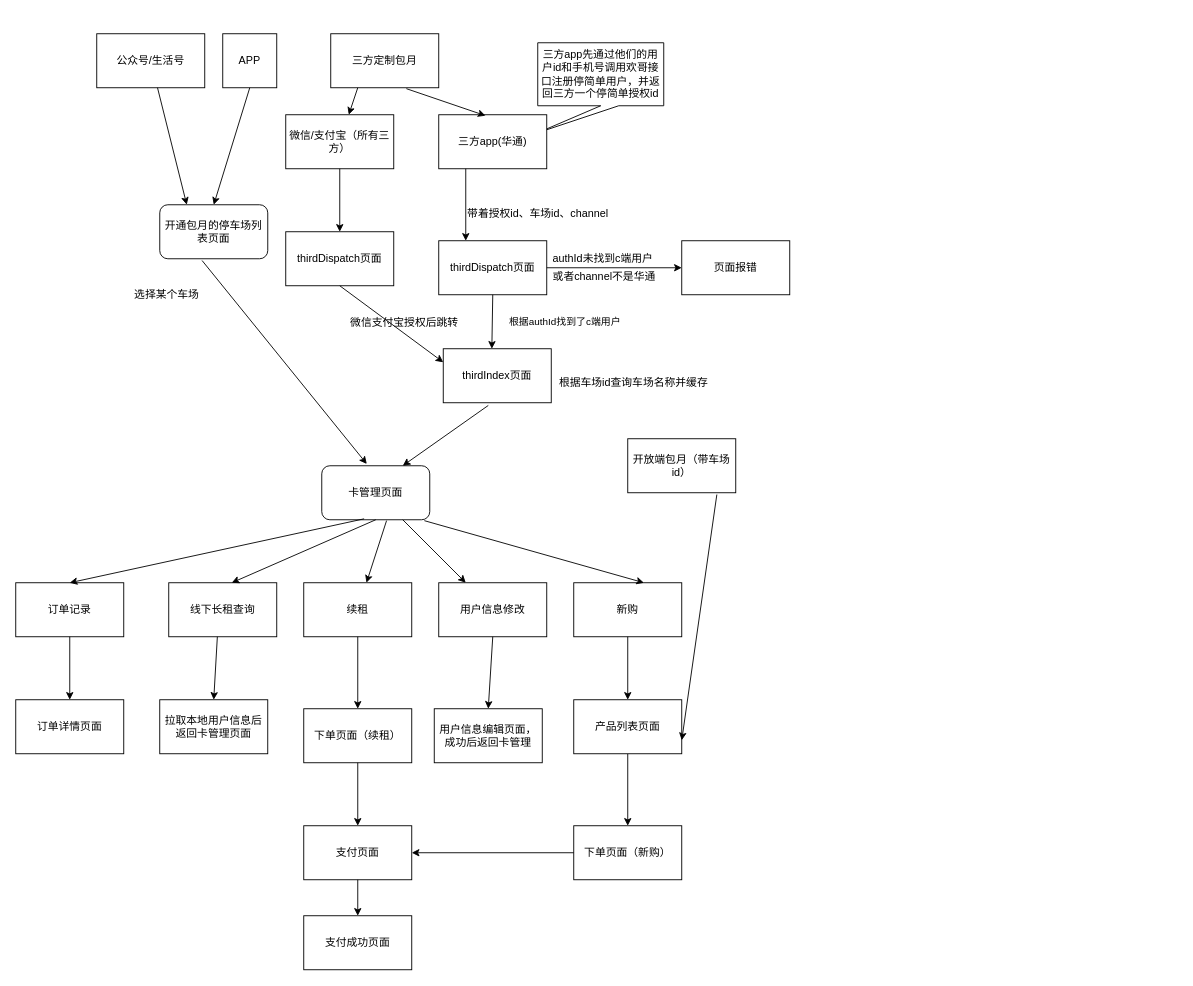
licumt217/li keeps this draw.io diagram as Untitled Diagram.drawio. Above is the earlier version. Source tidied: cells renumbered, new cells numbered last; positions are measured from the earlier drawing's top-left corner, leaving out a move shared by most shapes. Both pictures are drawn from the tidied source at 90%, with x=0, y=0 at pixel (15, 33).
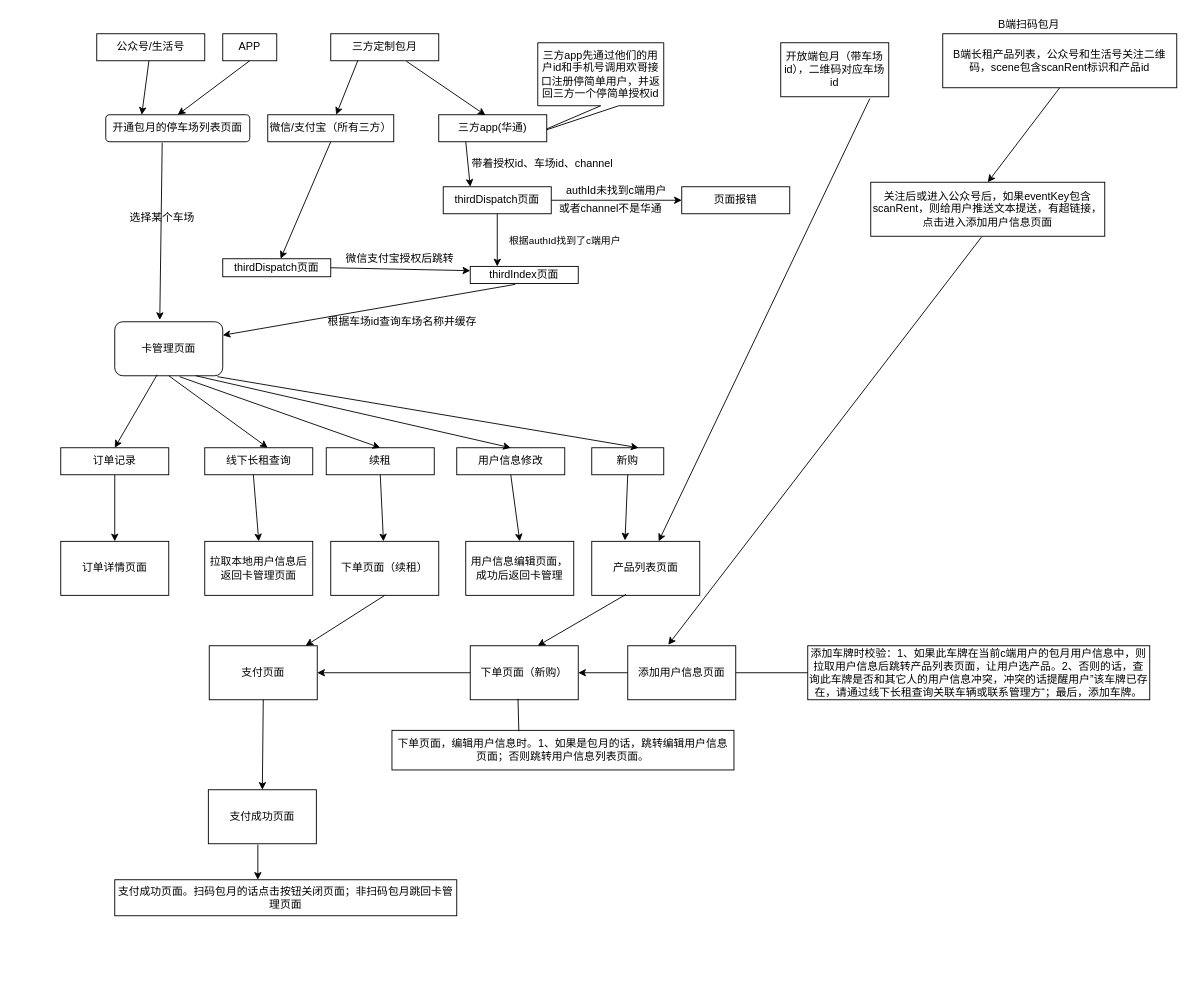
The same diagram, later.

Commit message:
包月c端流程图

What changed in the source:
```diff
@@
     <mxCell id="2" value="公众号/生活号" style="rounded=0;whiteSpace=wrap;html=1;" parent="1" vertex="1">
-      <mxGeometry x="90" width="120" height="60" as="geometry" />
+      <mxGeometry x="90" width="120" height="30" as="geometry" />
     </mxCell>
     <mxCell id="3" value="APP" style="rounded=0;whiteSpace=wrap;html=1;" parent="1" vertex="1">
-      <mxGeometry x="230" width="60" height="60" as="geometry" />
+      <mxGeometry x="230" width="60" height="30" as="geometry" />
     </mxCell>
     <mxCell id="4" value="三方定制包月" style="rounded=0;whiteSpace=wrap;html=1;" parent="1" vertex="1">
-      <mxGeometry x="350" width="120" height="60" as="geometry" />
+      <mxGeometry x="350" width="120" height="30" as="geometry" />
     </mxCell>
     <mxCell id="5" value="开通包月的停车场列表页面" style="rounded=1;whiteSpace=wrap;html=1;" parent="1" vertex="1">
-      <mxGeometry x="160" y="190" width="120" height="60" as="geometry" />
+      <mxGeometry x="100" y="90" width="160" height="30" as="geometry" />
     </mxCell>
@@
-    <mxCell id="8" style="endArrow=classic;html=1;entryX=0.392;entryY=0.017;entryDx=0;entryDy=0;entryPerimeter=0;" parent="1" edge="1" target="13">
-      <mxGeometry relative="1" as="geometry">
-        <mxPoint x="477" y="250" as="sourcePoint" />
-      </mxGeometry>
-    </mxCell>
     <mxCell id="9" value="卡管理页面" style="rounded=1;whiteSpace=wrap;html=1;" parent="1" vertex="1">
-      <mxGeometry x="340" y="480" width="120" height="60" as="geometry" />
+      <mxGeometry x="110" y="320" width="120" height="60" as="geometry" />
     </mxCell>
@@
     <mxCell id="11" value="选择某个车场" style="text;html=1;align=left;verticalAlign=top;spacingTop=-4;" parent="1" vertex="1">
-      <mxGeometry x="130" y="280" width="90" height="20" as="geometry" />
+      <mxGeometry x="125" y="195" width="90" height="20" as="geometry" />
     </mxCell>
@@
     <mxCell id="13" value="thirdDispatch页面" style="rounded=0;whiteSpace=wrap;html=1;" parent="1" vertex="1">
-      <mxGeometry x="470" y="230" width="120" height="60" as="geometry" />
+      <mxGeometry x="475" y="170" width="120" height="30" as="geometry" />
     </mxCell>
     <mxCell id="14" value="带着授权id、车场id、channel" style="text;html=1;align=left;verticalAlign=top;spacingTop=-4;" parent="1" vertex="1">
-      <mxGeometry x="500" y="190" width="170" height="20" as="geometry" />
+      <mxGeometry x="505" y="135" width="170" height="20" as="geometry" />
     </mxCell>
     <mxCell id="15" value="thirdIndex页面" style="rounded=0;whiteSpace=wrap;html=1;" parent="1" vertex="1">
-      <mxGeometry x="475" y="350" width="120" height="60" as="geometry" />
+      <mxGeometry x="505" y="258.5" width="120" height="19" as="geometry" />
     </mxCell>
     <mxCell id="16" value="页面报错" style="rounded=0;whiteSpace=wrap;html=1;" parent="1" vertex="1">
-      <mxGeometry x="740" y="230" width="120" height="60" as="geometry" />
+      <mxGeometry x="740" y="170" width="120" height="30" as="geometry" />
     </mxCell>
@@
     <mxCell id="18" value="authId未找到c端用户" style="text;html=1;align=left;verticalAlign=top;spacingTop=-4;" parent="1" vertex="1">
-      <mxGeometry x="595" y="240" width="130" height="20" as="geometry" />
+      <mxGeometry x="610" y="165" width="130" height="20" as="geometry" />
     </mxCell>
-    <mxCell id="19" value="根据authId找到了c端用户" style="endArrow=classic;html=1;exitX=0.5;exitY=1;exitDx=0;exitDy=0;entryX=0.45;entryY=0;entryDx=0;entryDy=0;entryPerimeter=0;" parent="1" edge="1" source="13" target="15">
-      <mxGeometry x="-0.04" y="80" relative="1" as="geometry" />
+    <mxCell id="19" value="根据authId找到了c端用户" style="endArrow=classic;html=1;exitX=0.5;exitY=1;exitDx=0;exitDy=0;entryX=0.25;entryY=0;entryDx=0;entryDy=0;" parent="1" edge="1" source="13" target="15">
+      <mxGeometry x="0.02" y="75" relative="1" as="geometry" />
     </mxCell>
     <mxCell id="20" value="微信/支付宝（所有三方）" style="rounded=0;whiteSpace=wrap;html=1;" parent="1" vertex="1">
-      <mxGeometry x="300" y="90" width="120" height="60" as="geometry" />
+      <mxGeometry x="280" y="90" width="140" height="30" as="geometry" />
     </mxCell>
     <mxCell id="21" value="三方app(华通)" style="rounded=0;whiteSpace=wrap;html=1;" parent="1" vertex="1">
-      <mxGeometry x="470" y="90" width="120" height="60" as="geometry" />
+      <mxGeometry x="470" y="90" width="120" height="30" as="geometry" />
     </mxCell>
@@
     <mxCell id="25" value="或者channel不是华通" style="text;html=1;align=left;verticalAlign=top;spacingTop=-4;" parent="1" vertex="1">
-      <mxGeometry x="595" y="260" width="130" height="20" as="geometry" />
+      <mxGeometry x="602" y="185" width="130" height="20" as="geometry" />
     </mxCell>
     <mxCell id="26" value="根据车场id查询车场名称并缓存" style="text;html=1;align=left;verticalAlign=top;spacingTop=-4;" parent="1" vertex="1">
-      <mxGeometry x="602" y="378" width="180" height="20" as="geometry" />
+      <mxGeometry x="345" y="310" width="180" height="20" as="geometry" />
     </mxCell>
-    <mxCell id="27" style="endArrow=classic;html=1;entryX=0.75;entryY=0;entryDx=0;entryDy=0;exitX=0.417;exitY=1.05;exitDx=0;exitDy=0;exitPerimeter=0;" parent="1" edge="1" source="15" target="9">
+    <mxCell id="27" style="endArrow=classic;html=1;entryX=1;entryY=0.25;entryDx=0;entryDy=0;exitX=0.417;exitY=1.05;exitDx=0;exitDy=0;exitPerimeter=0;" parent="1" edge="1" source="15" target="9">
       <mxGeometry relative="1" as="geometry" />
     </mxCell>
     <mxCell id="28" value="&lt;span&gt;thirdDispatch页面&lt;/span&gt;" style="rounded=0;whiteSpace=wrap;html=1;" parent="1" vertex="1">
-      <mxGeometry x="300" y="220" width="120" height="60" as="geometry" />
+      <mxGeometry x="230" y="250" width="120" height="20" as="geometry" />
     </mxCell>
@@
-    <mxCell id="30" style="endArrow=classic;html=1;exitX=0.5;exitY=1;exitDx=0;exitDy=0;entryX=0;entryY=0.25;entryDx=0;entryDy=0;" parent="1" edge="1" source="28" target="15">
+    <mxCell id="30" style="endArrow=classic;html=1;exitX=1;exitY=0.5;exitDx=0;exitDy=0;entryX=0;entryY=0.25;entryDx=0;entryDy=0;" parent="1" edge="1" source="28" target="15">
       <mxGeometry relative="1" as="geometry" />
     </mxCell>
     <mxCell id="31" value="微信支付宝授权后跳转" style="text;html=1;align=left;verticalAlign=top;spacingTop=-4;" parent="1" vertex="1">
-      <mxGeometry x="370" y="311" width="140" height="20" as="geometry" />
+      <mxGeometry x="365" y="240" width="140" height="20" as="geometry" />
     </mxCell>
     <mxCell id="32" value="订单记录" style="rounded=0;whiteSpace=wrap;html=1;" parent="1" vertex="1">
-      <mxGeometry y="610" width="120" height="60" as="geometry" />
+      <mxGeometry x="50" y="460" width="120" height="30" as="geometry" />
     </mxCell>
     <mxCell id="33" value="线下长租查询" style="rounded=0;whiteSpace=wrap;html=1;" parent="1" vertex="1">
-      <mxGeometry x="170" y="610" width="120" height="60" as="geometry" />
+      <mxGeometry x="210" y="460" width="120" height="30" as="geometry" />
     </mxCell>
     <mxCell id="34" value="续租" style="rounded=0;whiteSpace=wrap;html=1;" parent="1" vertex="1">
-      <mxGeometry x="320" y="610" width="120" height="60" as="geometry" />
+      <mxGeometry x="345" y="460" width="120" height="30" as="geometry" />
     </mxCell>
     <mxCell id="35" value="用户信息修改" style="rounded=0;whiteSpace=wrap;html=1;" parent="1" vertex="1">
-      <mxGeometry x="470" y="610" width="120" height="60" as="geometry" />
+      <mxGeometry x="490" y="460" width="120" height="30" as="geometry" />
     </mxCell>
     <mxCell id="36" value="新购" style="rounded=0;whiteSpace=wrap;html=1;" parent="1" vertex="1">
-      <mxGeometry x="620" y="610" width="120" height="60" as="geometry" />
+      <mxGeometry x="640" y="460" width="80" height="30" as="geometry" />
     </mxCell>
@@
-    <mxCell id="38" style="endArrow=classic;html=1;exitX=0.5;exitY=1;exitDx=0;exitDy=0;" parent="1" edge="1" source="9">
-      <mxGeometry relative="1" as="geometry">
-        <mxPoint x="240" y="610" as="targetPoint" />
-      </mxGeometry>
+    <mxCell id="38" style="endArrow=classic;html=1;exitX=0.5;exitY=1;exitDx=0;exitDy=0;entryX=0.583;entryY=0;entryDx=0;entryDy=0;entryPerimeter=0;" parent="1" edge="1" source="9" target="33">
+      <mxGeometry relative="1" as="geometry" />
     </mxCell>
-    <mxCell id="39" style="endArrow=classic;html=1;exitX=0.6;exitY=1.017;exitDx=0;exitDy=0;exitPerimeter=0;" parent="1" edge="1" source="9" target="34">
+    <mxCell id="39" style="endArrow=classic;html=1;exitX=0.6;exitY=1.017;exitDx=0;exitDy=0;exitPerimeter=0;entryX=0.5;entryY=0;entryDx=0;entryDy=0;" parent="1" edge="1" source="9" target="34">
       <mxGeometry relative="1" as="geometry" />
     </mxCell>
-    <mxCell id="40" style="endArrow=classic;html=1;exitX=0.75;exitY=1;exitDx=0;exitDy=0;" parent="1" edge="1" source="9" target="35">
+    <mxCell id="40" style="endArrow=classic;html=1;exitX=0.75;exitY=1;exitDx=0;exitDy=0;entryX=0.5;entryY=0;entryDx=0;entryDy=0;" parent="1" edge="1" source="9" target="35">
       <mxGeometry relative="1" as="geometry" />
     </mxCell>
@@
     <mxCell id="42" value="订单详情页面" style="rounded=0;whiteSpace=wrap;html=1;" parent="1" vertex="1">
-      <mxGeometry y="740" width="120" height="60" as="geometry" />
+      <mxGeometry x="50" y="564" width="120" height="60" as="geometry" />
     </mxCell>
     <mxCell id="43" value="拉取本地用户信息后返回卡管理页面" style="rounded=0;whiteSpace=wrap;html=1;" parent="1" vertex="1">
-      <mxGeometry x="160" y="740" width="120" height="60" as="geometry" />
+      <mxGeometry x="210" y="564" width="120" height="60" as="geometry" />
     </mxCell>
-    <mxCell id="44" style="edgeStyle=orthogonalEdgeStyle;rounded=0;jettySize=auto;html=1;" parent="1" edge="1" source="45" target="46">
-      <mxGeometry relative="1" as="geometry" />
-    </mxCell>
     <mxCell id="45" value="产品列表页面" style="rounded=0;whiteSpace=wrap;html=1;" parent="1" vertex="1">
-      <mxGeometry x="620" y="740" width="120" height="60" as="geometry" />
+      <mxGeometry x="640" y="564" width="120" height="60" as="geometry" />
     </mxCell>
     <mxCell id="46" value="下单页面（新购）" style="rounded=0;whiteSpace=wrap;html=1;" parent="1" vertex="1">
-      <mxGeometry x="620" y="880" width="120" height="60" as="geometry" />
+      <mxGeometry x="505" y="680" width="120" height="60" as="geometry" />
     </mxCell>
     <mxCell id="47" value="支付页面" style="rounded=0;whiteSpace=wrap;html=1;" parent="1" vertex="1">
-      <mxGeometry x="320" y="880" width="120" height="60" as="geometry" />
+      <mxGeometry x="215" y="680" width="120" height="60" as="geometry" />
     </mxCell>
     <mxCell id="48" value="下单页面（续租）" style="rounded=0;whiteSpace=wrap;html=1;" parent="1" vertex="1">
-      <mxGeometry x="320" y="750" width="120" height="60" as="geometry" />
+      <mxGeometry x="350" y="564" width="120" height="60" as="geometry" />
     </mxCell>
     <mxCell id="49" value="用户信息编辑页面，成功后返回卡管理" style="rounded=0;whiteSpace=wrap;html=1;" parent="1" vertex="1">
-      <mxGeometry x="465" y="750" width="120" height="60" as="geometry" />
+      <mxGeometry x="500" y="564" width="120" height="60" as="geometry" />
     </mxCell>
@@
     <mxCell id="52" value="支付成功页面" style="rounded=0;whiteSpace=wrap;html=1;" parent="1" vertex="1">
-      <mxGeometry x="320" y="980" width="120" height="60" as="geometry" />
+      <mxGeometry x="214" y="840" width="120" height="60" as="geometry" />
     </mxCell>
-    <mxCell id="53" style="endArrow=classic;html=1;exitX=0.5;exitY=1;exitDx=0;exitDy=0;" parent="1" edge="1" source="32">
-      <mxGeometry relative="1" as="geometry">
-        <mxPoint x="60" y="740" as="targetPoint" />
-      </mxGeometry>
+    <mxCell id="53" style="endArrow=classic;html=1;exitX=0.5;exitY=1;exitDx=0;exitDy=0;" parent="1" edge="1" source="32" target="42">
+      <mxGeometry relative="1" as="geometry" />
     </mxCell>
@@
-    <mxCell id="57" style="endArrow=classic;html=1;exitX=0.5;exitY=1;exitDx=0;exitDy=0;" parent="1" edge="1" source="36" target="45">
+    <mxCell id="57" style="endArrow=classic;html=1;exitX=0.5;exitY=1;exitDx=0;exitDy=0;entryX=0.308;entryY=-0.017;entryDx=0;entryDy=0;entryPerimeter=0;" parent="1" edge="1" source="36" target="45">
       <mxGeometry relative="1" as="geometry" />
     </mxCell>
@@
-    <mxCell id="59" value="开放端包月（带车场id）" style="rounded=0;whiteSpace=wrap;html=1;" parent="1" vertex="1">
-      <mxGeometry x="680" y="450" width="120" height="60" as="geometry" />
+    <mxCell id="59" value="开放端包月（带车场id），二维码对应车场id" style="rounded=0;whiteSpace=wrap;html=1;" parent="1" vertex="1">
+      <mxGeometry x="850" y="10" width="120" height="60" as="geometry" />
     </mxCell>
-    <mxCell id="60" style="endArrow=classic;html=1;exitX=0.825;exitY=1.033;exitDx=0;exitDy=0;exitPerimeter=0;entryX=1;entryY=0.75;entryDx=0;entryDy=0;" parent="1" edge="1" source="59" target="45">
+    <mxCell id="60" style="endArrow=classic;html=1;exitX=0.825;exitY=1.033;exitDx=0;exitDy=0;exitPerimeter=0;" parent="1" edge="1" source="59" target="45">
       <mxGeometry relative="1" as="geometry" />
     </mxCell>
+    <mxCell id="61" value="&lt;span&gt;B端长租产品列表，公众号和生活号关注二维码，scene包含scanRent标识和产品id&lt;/span&gt;" style="rounded=0;whiteSpace=wrap;html=1;" parent="1" vertex="1">
+      <mxGeometry x="1030" width="260" height="60" as="geometry" />
+    </mxCell>
+    <mxCell id="62" value="B端扫码包月" style="text;html=1;align=left;verticalAlign=top;spacingTop=-4;" parent="1" vertex="1">
+      <mxGeometry x="1090" y="-20" width="80" height="20" as="geometry" />
+    </mxCell>
+    <mxCell id="63" value="&lt;span&gt;关注后或进入公众号后，如果eventKey包含scanRent，则给用户推送文本提送，有超链接，点击进入添加用户信息页面&lt;/span&gt;" style="rounded=0;whiteSpace=wrap;html=1;" parent="1" vertex="1">
+      <mxGeometry x="950" y="165" width="260" height="60" as="geometry" />
+    </mxCell>
+    <mxCell id="64" value="&lt;span&gt;添加车牌时校验：1、如果此车牌在当前c端用户的包月用户信息中，则拉取用户信息后跳转产品列表页面，让用户选产品。2、否则的话，查询此车牌是否和其它人的用户信息冲突，冲突的话提醒用户”&lt;/span&gt;&lt;span&gt;该车牌已存在，请通过线下长租查询关联车辆或联系管理方&lt;/span&gt;&lt;span&gt;“；最后，添加车牌。&lt;/span&gt;" style="rounded=0;whiteSpace=wrap;html=1;" parent="1" vertex="1">
+      <mxGeometry x="880" y="680" width="380" height="60" as="geometry" />
+    </mxCell>
+    <mxCell id="65" value="&lt;span&gt;下单页面，编辑用户信息时。1、如果是包月的话，跳转编辑用户信息页面；否则跳转用户信息列表页面。&lt;/span&gt;" style="rounded=0;whiteSpace=wrap;html=1;" parent="1" vertex="1">
+      <mxGeometry x="418" y="774" width="380" height="44" as="geometry" />
+    </mxCell>
+    <mxCell id="66" value="&lt;span&gt;支付成功页面。扫码包月的话点击按钮关闭页面；非扫码包月跳回卡管理页面&lt;/span&gt;" style="rounded=0;whiteSpace=wrap;html=1;" parent="1" vertex="1">
+      <mxGeometry x="110" y="940" width="380" height="40" as="geometry" />
+    </mxCell>
+    <mxCell id="67" style="endArrow=classic;html=1;exitX=0.473;exitY=1.017;exitDx=0;exitDy=0;exitPerimeter=0;entryX=0.375;entryY=-0.017;entryDx=0;entryDy=0;entryPerimeter=0;" parent="1" edge="1" source="63" target="69">
+      <mxGeometry relative="1" as="geometry" />
+    </mxCell>
+    <mxCell id="68" style="endArrow=classic;html=1;entryX=0.5;entryY=0;entryDx=0;entryDy=0;exitX=0.5;exitY=1;exitDx=0;exitDy=0;" parent="1" edge="1" source="61" target="63">
+      <mxGeometry relative="1" as="geometry" />
+    </mxCell>
+    <mxCell id="69" value="添加用户信息页面" style="rounded=0;whiteSpace=wrap;html=1;" parent="1" vertex="1">
+      <mxGeometry x="680" y="680" width="120" height="60" as="geometry" />
+    </mxCell>
+    <mxCell id="70" style="endArrow=none;html=1;exitX=1;exitY=0.5;exitDx=0;exitDy=0;entryX=0;entryY=0.5;entryDx=0;entryDy=0;" parent="1" edge="1" source="69" target="64">
+      <mxGeometry relative="1" as="geometry" />
+    </mxCell>
+    <mxCell id="71" style="endArrow=classic;html=1;exitX=0;exitY=0.5;exitDx=0;exitDy=0;entryX=1;entryY=0.5;entryDx=0;entryDy=0;" parent="1" edge="1" source="69" target="46">
+      <mxGeometry relative="1" as="geometry" />
+    </mxCell>
+    <mxCell id="72" style="endArrow=none;html=1;entryX=0.371;entryY=0.023;entryDx=0;entryDy=0;entryPerimeter=0;exitX=0.442;exitY=0.983;exitDx=0;exitDy=0;exitPerimeter=0;" parent="1" edge="1" source="46" target="65">
+      <mxGeometry relative="1" as="geometry" />
+    </mxCell>
+    <mxCell id="44" style="endArrow=classic;html=1;exitX=0.317;exitY=0.983;exitDx=0;exitDy=0;exitPerimeter=0;entryX=0.625;entryY=0;entryDx=0;entryDy=0;entryPerimeter=0;" parent="1" edge="1" source="45" target="46">
+      <mxGeometry relative="1" as="geometry" />
+    </mxCell>
+    <mxCell id="73" style="endArrow=classic;html=1;exitX=0.383;exitY=1.017;exitDx=0;exitDy=0;exitPerimeter=0;entryX=0.395;entryY=0;entryDx=0;entryDy=0;entryPerimeter=0;" parent="1" edge="1">
+      <mxGeometry relative="1" as="geometry">
+        <mxPoint x="269" y="901" as="sourcePoint" />
+        <mxPoint x="269" y="940" as="targetPoint" />
+      </mxGeometry>
+    </mxCell>
```
